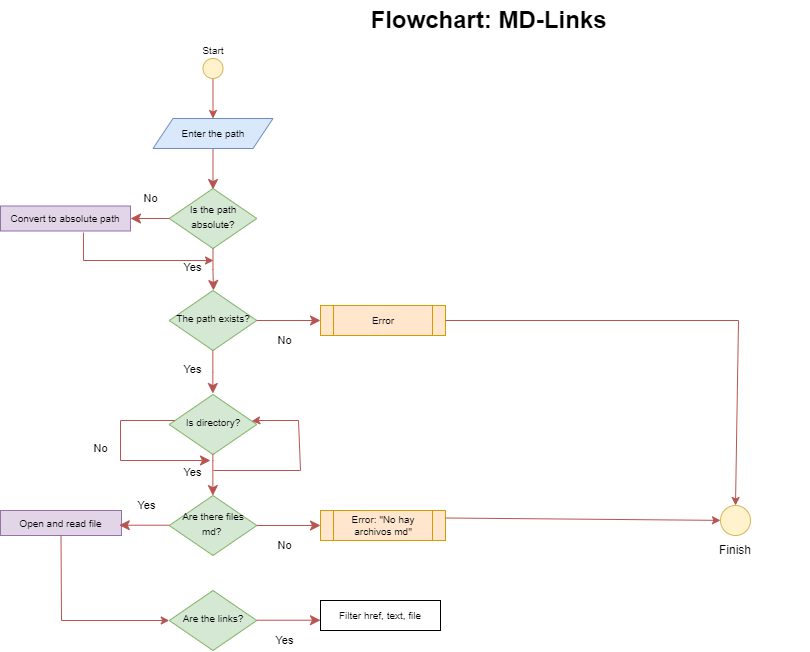
arelia10/LIM017-md-links keeps this draw.io diagram as Diagrama_flujo_md-Links.drawio.png. Above is the earlier version. Source tidied: cells renumbered, new cells last; positions are measured from the earlier drawing's top-left corner, leaving out a move shared by most shapes.
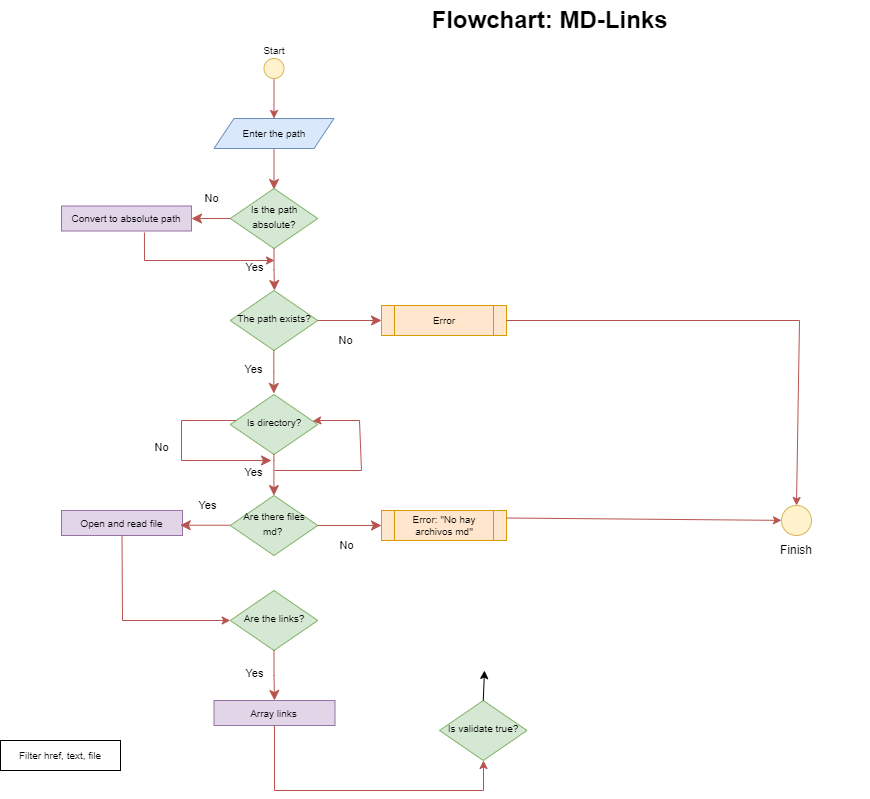
The same diagram one commit later.

What changed in the source:
```diff
@@ -120,10 +120,9 @@
         </Array>
       </mxGeometry>
     </mxCell>
-    <mxCell id="27" value="Yes" style="edgeStyle=orthogonalEdgeStyle;rounded=0;html=1;jettySize=auto;orthogonalLoop=1;fontSize=11;endArrow=classic;endFill=1;endSize=8;strokeWidth=1;shadow=0;labelBackgroundColor=none;fillColor=#f8cecc;strokeColor=#b85450;entryX=0;entryY=0.5;entryDx=0;entryDy=0;exitX=1;exitY=0.5;exitDx=0;exitDy=0;" parent="1" edge="1">
+    <mxCell id="27" value="Yes" style="edgeStyle=orthogonalEdgeStyle;rounded=0;html=1;jettySize=auto;fontSize=11;endArrow=classic;endFill=1;endSize=8;strokeWidth=1;shadow=0;labelBackgroundColor=none;fillColor=#f8cecc;strokeColor=#b85450;exitX=0.5;exitY=1;exitDx=0;exitDy=0;" parent="1" edge="1" source="25">
       <mxGeometry x="-0.11" y="-20" relative="1" as="geometry">
-        <mxPoint x="256.2" y="619.7" as="sourcePoint" />
-        <mxPoint x="320" y="619.7" as="targetPoint" />
+        <mxPoint x="213" y="700" as="targetPoint" />
       </mxGeometry>
     </mxCell>
     <mxCell id="28" value="Yes" style="edgeStyle=orthogonalEdgeStyle;rounded=0;html=1;jettySize=auto;orthogonalLoop=1;fontSize=11;endArrow=classic;endFill=1;endSize=8;strokeWidth=1;shadow=0;labelBackgroundColor=none;fillColor=#f8cecc;strokeColor=#b85450;exitX=1;exitY=0.5;exitDx=0;exitDy=0;" parent="1" edge="1">
@@ -133,7 +132,7 @@
       </mxGeometry>
     </mxCell>
     <mxCell id="29" value="&lt;font style=&quot;font-size: 10px;&quot;&gt;Filter href, text, file&lt;/font&gt;" style="rounded=0;whiteSpace=wrap;html=1;" parent="1" vertex="1">
-      <mxGeometry x="320" y="600" width="120" height="30" as="geometry" />
+      <mxGeometry x="-61" y="740" width="120" height="30" as="geometry" />
     </mxCell>
     <mxCell id="30" style="endArrow=classic;html=1;rounded=0;exitX=1;exitY=0.25;exitDx=0;exitDy=0;fillColor=#f8cecc;strokeColor=#b85450;" parent="1" edge="1" source="23" target="31">
       <mxGeometry relative="1" as="geometry" />
@@ -151,5 +150,25 @@
         </Array>
       </mxGeometry>
     </mxCell>
+    <mxCell id="34" value="&lt;font style=&quot;font-size: 10px;&quot;&gt;Is validate true?&lt;/font&gt;" style="rhombus;whiteSpace=wrap;html=1;shadow=0;fontFamily=Helvetica;fontSize=12;align=center;strokeWidth=1;spacing=6;spacingTop=-4;fillColor=#d5e8d4;strokeColor=#82b366;rounded=0;" parent="1" vertex="1">
+      <mxGeometry x="378" y="700" width="87.5" height="60" as="geometry" />
+    </mxCell>
+    <mxCell id="35" value="&lt;font style=&quot;font-size: 10px;&quot;&gt;Array links&lt;/font&gt;" style="rounded=0;whiteSpace=wrap;html=1;fillColor=#e1d5e7;strokeColor=#9673a6;" parent="1" vertex="1">
+      <mxGeometry x="152.5" y="700" width="121" height="25" as="geometry" />
+    </mxCell>
+    <mxCell id="36" style="endArrow=classic;html=1;rounded=0;exitX=0.5;exitY=1;exitDx=0;exitDy=0;fillColor=#f8cecc;strokeColor=#b85450;" parent="1" edge="1" source="35">
+      <mxGeometry relative="1" as="geometry">
+        <mxPoint x="422" y="760" as="targetPoint" />
+        <Array as="points">
+          <mxPoint x="213" y="790" />
+          <mxPoint x="422" y="790" />
+        </Array>
+      </mxGeometry>
+    </mxCell>
+    <mxCell id="37" style="endArrow=classic;html=1;rounded=0;exitX=0.5;exitY=0;exitDx=0;exitDy=0;" parent="1" edge="1" source="34">
+      <mxGeometry relative="1" as="geometry">
+        <mxPoint x="423" y="670" as="targetPoint" />
+      </mxGeometry>
+    </mxCell>
   </root>
 </mxGraphModel>
```
